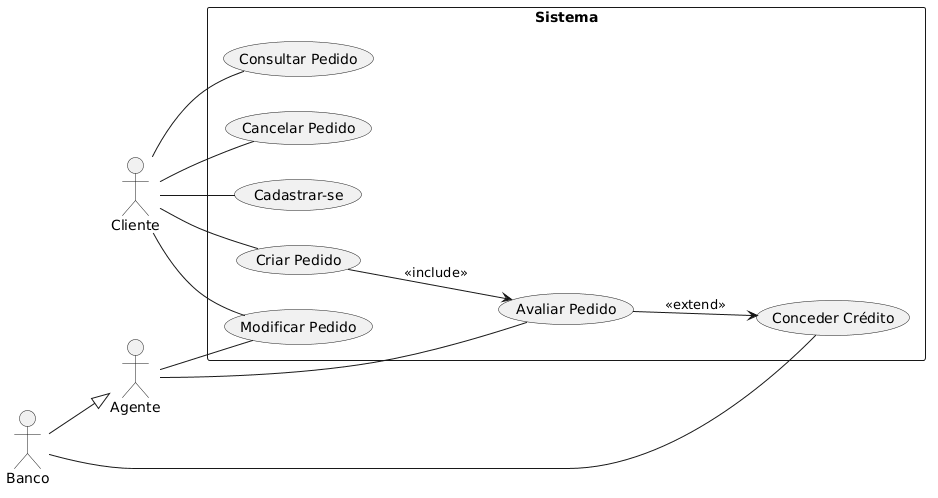
Earlier version of the PlantUML export Diagrama de Casos de Uso.png (GustavoFirmino/sistema-aluguel-carros). The source it was exported from:
```plantuml
@startuml
left to right direction

actor Cliente
actor Agente
actor Banco

Banco --|> Agente

rectangle Sistema {
    Cliente -- (Cadastrar-se)
    Cliente -- (Criar Pedido)
    Cliente -- (Consultar Pedido)
    Cliente -- (Modificar Pedido)
    Cliente -- (Cancelar Pedido)

    Agente -- (Avaliar Pedido)
    Agente -- (Modificar Pedido)

    Banco -- (Conceder Crédito)

    (Criar Pedido) --> (Avaliar Pedido) : <<include>>
    (Avaliar Pedido) --> (Conceder Crédito) : <<extend>>
}
@enduml
```
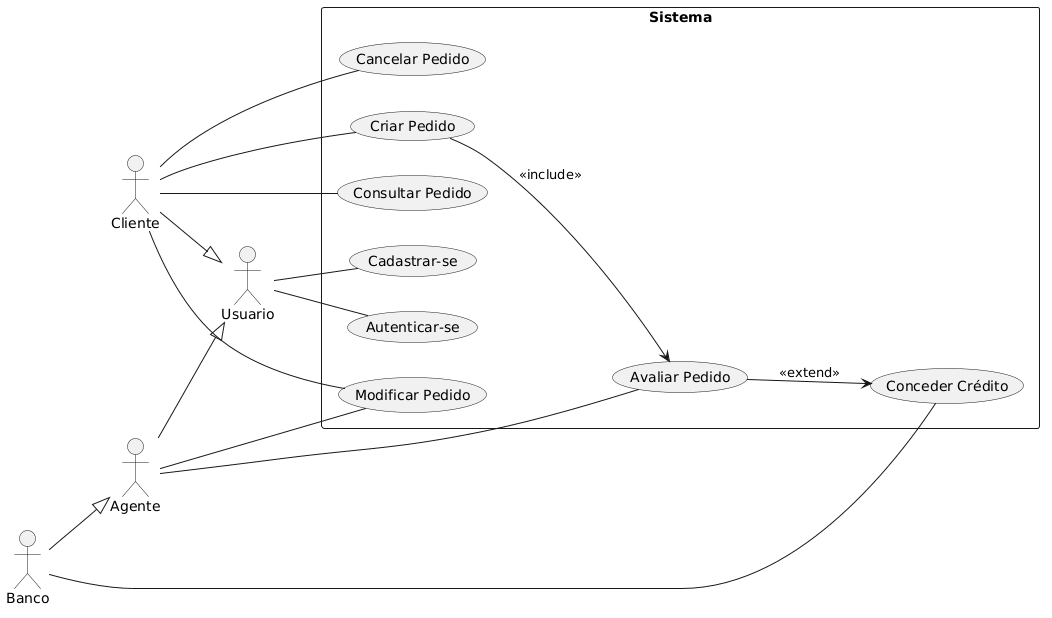
After the commit.

What changed in the source:
```diff
@@ -1,14 +1,20 @@
 @startuml
 left to right direction
 
+actor Usuario
 actor Cliente
 actor Agente
 actor Banco
 
+Cliente --|> Usuario
+Agente --|> Usuario
 Banco --|> Agente
 
 rectangle Sistema {
-    Cliente -- (Cadastrar-se)
+
+    Usuario -- (Cadastrar-se)
+    Usuario -- (Autenticar-se)
+
     Cliente -- (Criar Pedido)
     Cliente -- (Consultar Pedido)
     Cliente -- (Modificar Pedido)
```
